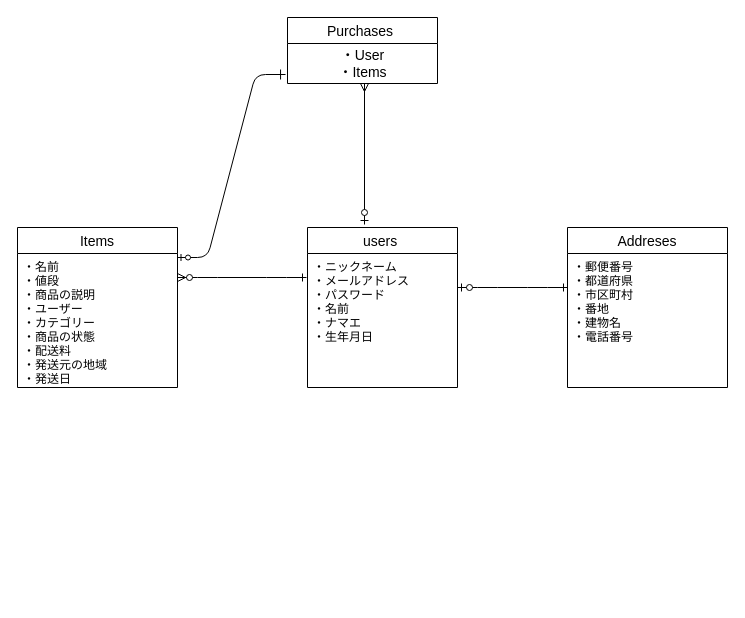
Earlier version of the draw.io diagram readme.dio (mera-tho/furima-28613). Source tidied: cells renumbered, new cells numbered last; positions are measured from the earlier drawing's top-left corner, leaving out a move shared by most shapes. Both pictures are drawn from the tidied source at 100%, with x=0, y=0 at pixel (17, 17).
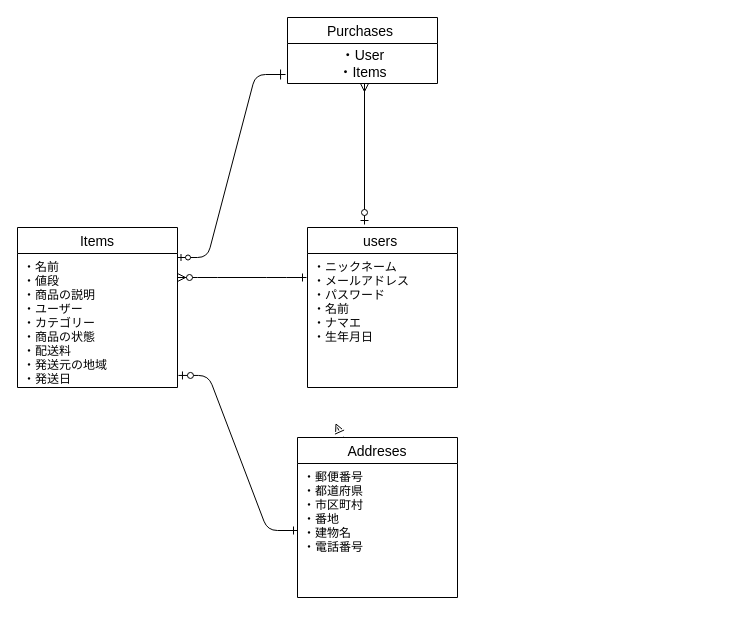
Above is the later version.

Unchanged cells that the change refers to:
```xml
<mxCell id="5" value="・名前&#10;・値段&#10;・商品の説明&#10;・ユーザー&#10;・カテゴリー&#10;・商品の状態&#10;・配送料&#10;・発送元の地域&#10;・発送日&#10;" style="text;strokeColor=none;fillColor=none;spacingLeft=4;spacingRight=4;overflow=hidden;points=[[0,0.5],[1,0.5]];portConstraint=eastwest;fontSize=12;" parent="4" vertex="1">
  <mxGeometry y="26" width="160" height="134" as="geometry" />
</mxCell>
<mxCell id="7" value="・郵便番号&#10;・都道府県&#10;・市区町村&#10;・番地&#10;・建物名&#10;・電話番号&#10;" style="text;strokeColor=none;fillColor=none;spacingLeft=4;spacingRight=4;overflow=hidden;points=[[0,0.5],[1,0.5]];portConstraint=eastwest;fontSize=12;" parent="6" vertex="1">
  <mxGeometry y="26" width="160" height="134" as="geometry" />
</mxCell>
```

Change to the diagram source:
```diff
@@
+    <mxCell id="15" style="edgeStyle=none;rounded=0;jettySize=auto;html=1;startArrow=ERmany;startFill=0;startSize=5;sourcePerimeterSpacing=7;endArrow=ERzeroToOne;endFill=1;endSize=8;fontSize=14;" parent="1" edge="1" source="6">
+      <mxGeometry relative="1" as="geometry">
+        <mxPoint x="320" y="410" as="targetPoint" />
+      </mxGeometry>
+    </mxCell>
     <mxCell id="6" value="Addreses" style="swimlane;fontStyle=0;horizontal=1;startSize=26;align=center;fontSize=14;" parent="1" vertex="1">
-      <mxGeometry x="550" y="210" width="160" height="160" as="geometry" />
+      <mxGeometry x="280" y="420" width="160" height="160" as="geometry" />
     </mxCell>
@@
-    <mxCell id="12" style="edgeStyle=entityRelationEdgeStyle;fontSize=12;html=1;endArrow=ERone;endFill=0;startArrow=ERzeroToOne;startFill=1;" parent="1" edge="1">
-      <mxGeometry relative="1" as="geometry">
-        <mxPoint x="440" y="270" as="sourcePoint" />
-        <mxPoint x="550" y="270" as="targetPoint" />
-      </mxGeometry>
+    <mxCell id="12" style="edgeStyle=entityRelationEdgeStyle;fontSize=12;html=1;endArrow=ERone;endFill=0;startArrow=ERzeroToOne;startFill=1;exitX=1.006;exitY=0.91;exitDx=0;exitDy=0;exitPerimeter=0;" parent="1" edge="1" source="5" target="7">
+      <mxGeometry relative="1" as="geometry" />
     </mxCell>
```
